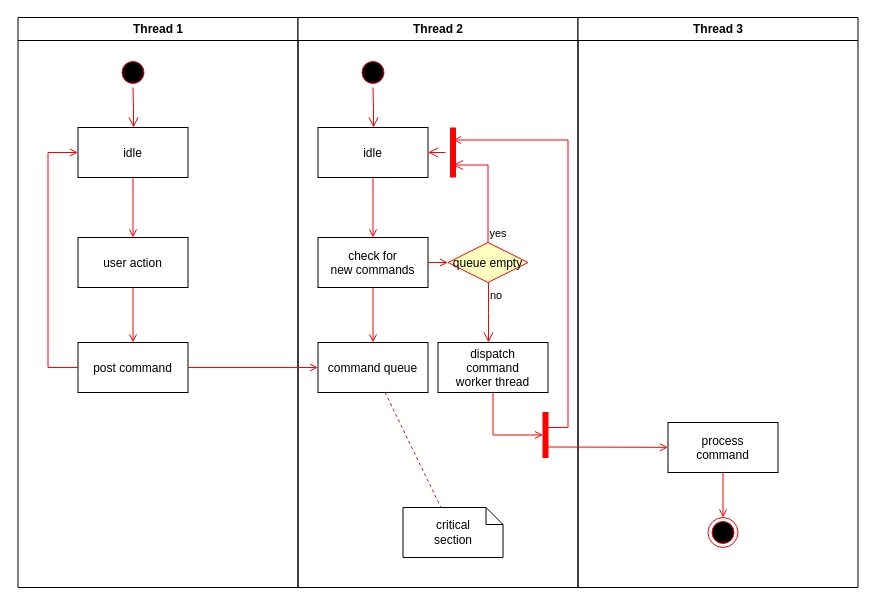
Above: Untitled Diagram.drawio in ShoMat9/DrawIO (draw.io), before the change. Source tidied: cells renumbered, new cells numbered last; positions are measured from the earlier drawing's top-left corner, leaving out a move shared by most shapes. Both pictures are drawn from the tidied source at 100%, with x=0, y=0 at pixel (17, 17).
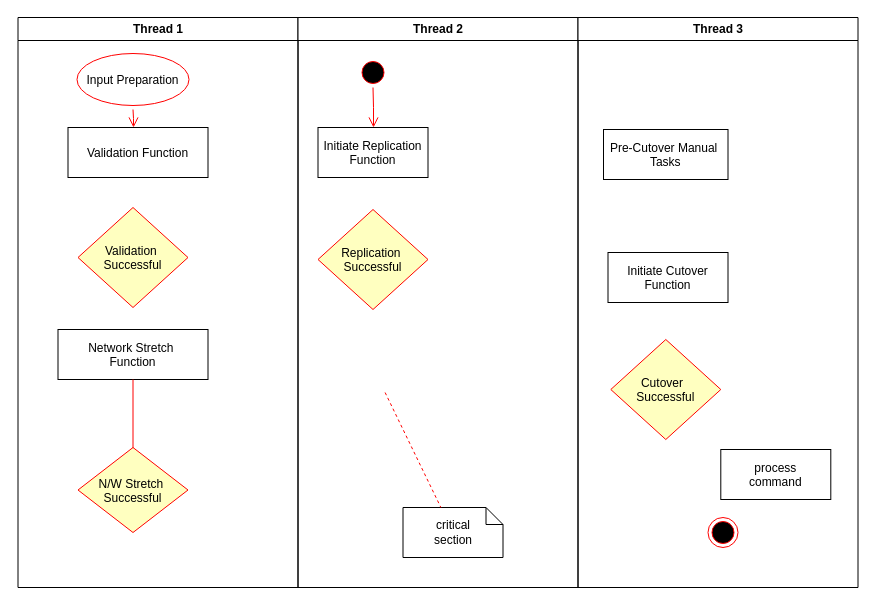
The same diagram, later.

The change refers to these unchanged cells:
```xml
<mxCell id="11" value="Thread 2" style="swimlane;whiteSpace=wrap;" parent="1" vertex="1">
  <mxGeometry x="280.5" width="280" height="570" as="geometry" />
</mxCell>
<mxCell id="26" value="critical&#10;section" style="shape=note;whiteSpace=wrap;size=17;" parent="11" vertex="1">
  <mxGeometry x="105" y="490" width="100" height="50" as="geometry" />
</mxCell>
<mxCell id="30" value="Thread 3" style="swimlane;whiteSpace=wrap;" parent="1" vertex="1">
  <mxGeometry x="560.5" width="280" height="570" as="geometry" />
</mxCell>
<mxCell id="34" style="ellipse;shape=endState;fillColor=#000000;strokeColor=#ff0000;" parent="30" vertex="1">
  <mxGeometry x="130" y="500" width="30" height="30" as="geometry" />
</mxCell>
```

The edit, as a diff of the source:
```diff
@@
-    <mxCell id="2" value="Thread 1" style="swimlane;whiteSpace=wrap;" parent="1" vertex="1">
+    <mxCell id="2" value="Thread 1" style="swimlane;whiteSpace=wrap;fillColor=#FFFFFF;" parent="1" vertex="1">
       <mxGeometry x="0.5" width="280" height="570" as="geometry" />
     </mxCell>
-    <mxCell id="3" style="ellipse;shape=startState;fillColor=#000000;strokeColor=#ff0000;" parent="2" vertex="1">
-      <mxGeometry x="100" y="40" width="30" height="30" as="geometry" />
+    <mxCell id="3" value="Input Preparation" style="ellipse;shape=startState;fillColor=#FFFFFF;strokeColor=#ff0000;" parent="2" vertex="1">
+      <mxGeometry x="55" y="32" width="120" height="60" as="geometry" />
     </mxCell>
@@
-    <mxCell id="5" value="idle" parent="2" vertex="1">
-      <mxGeometry x="60" y="110" width="110" height="50" as="geometry" />
+    <mxCell id="5" value="Validation Function" parent="2" vertex="1">
+      <mxGeometry x="50" y="110" width="140" height="50" as="geometry" />
     </mxCell>
-    <mxCell id="6" value="user action" parent="2" vertex="1">
-      <mxGeometry x="60" y="220" width="110" height="50" as="geometry" />
+    <mxCell id="6" value="Network Stretch &#10;Function" parent="2" vertex="1">
+      <mxGeometry x="40" y="312" width="150" height="50" as="geometry" />
     </mxCell>
-    <mxCell id="7" style="endArrow=open;strokeColor=#FF0000;endFill=1;rounded=0;" parent="2" edge="1" source="5" target="6">
-      <mxGeometry relative="1" as="geometry" />
-    </mxCell>
-    <mxCell id="8" value="post command" parent="2" vertex="1">
-      <mxGeometry x="60" y="325" width="110" height="50" as="geometry" />
-    </mxCell>
-    <mxCell id="9" style="endArrow=open;strokeColor=#FF0000;endFill=1;rounded=0;" parent="2" edge="1" source="6" target="8">
-      <mxGeometry relative="1" as="geometry" />
+    <mxCell id="9" style="endArrow=open;strokeColor=#FF0000;endFill=1;rounded=0;" parent="2" edge="1" source="6">
+      <mxGeometry relative="1" as="geometry">
+        <mxPoint x="115" y="492" as="targetPoint" />
+      </mxGeometry>
     </mxCell>
-    <mxCell id="10" style="edgeStyle=elbowEdgeStyle;elbow=horizontal;strokeColor=#FF0000;endArrow=open;endFill=1;rounded=0;" parent="2" edge="1" source="8" target="5">
-      <mxGeometry relative="1" as="geometry">
-        <Array as="points">
-          <mxPoint x="30" y="250" />
-        </Array>
-      </mxGeometry>
-    </mxCell>
+    <mxCell id="37" value="Validation &#10;Successful" style="rhombus;fillColor=#ffffc0;strokeColor=#ff0000;" parent="2" vertex="1">
+      <mxGeometry x="60" y="190" width="110" height="100" as="geometry" />
+    </mxCell>
+    <mxCell id="38" value="N/W Stretch &#10;Successful" style="rhombus;fillColor=#ffffc0;strokeColor=#ff0000;" parent="2" vertex="1">
+      <mxGeometry x="60" y="430" width="110" height="85" as="geometry" />
+    </mxCell>
@@
-    <mxCell id="14" value="idle" parent="11" vertex="1">
+    <mxCell id="14" value="Initiate Replication&#10;Function" parent="11" vertex="1">
       <mxGeometry x="20" y="110" width="110" height="50" as="geometry" />
     </mxCell>
-    <mxCell id="15" value="check for &#10;new commands" parent="11" vertex="1">
-      <mxGeometry x="20" y="220" width="110" height="50" as="geometry" />
-    </mxCell>
-    <mxCell id="16" style="endArrow=open;strokeColor=#FF0000;endFill=1;rounded=0;" parent="11" edge="1" source="14" target="15">
-      <mxGeometry relative="1" as="geometry" />
-    </mxCell>
-    <mxCell id="17" value="command queue" parent="11" vertex="1">
-      <mxGeometry x="20" y="325" width="110" height="50" as="geometry" />
-    </mxCell>
-    <mxCell id="18" style="endArrow=open;strokeColor=#FF0000;endFill=1;rounded=0;" parent="11" edge="1" source="15" target="17">
-      <mxGeometry relative="1" as="geometry" />
-    </mxCell>
-    <mxCell id="19" value="queue empty" style="rhombus;fillColor=#ffffc0;strokeColor=#ff0000;" parent="11" vertex="1">
-      <mxGeometry x="150" y="225" width="80" height="40" as="geometry" />
-    </mxCell>
-    <mxCell id="20" value="yes" style="edgeStyle=elbowEdgeStyle;elbow=horizontal;align=left;verticalAlign=bottom;endArrow=open;endSize=8;strokeColor=#FF0000;exitX=0.5;exitY=0;endFill=1;rounded=0;entryX=0.75;entryY=0.5;entryPerimeter=0;" parent="11" edge="1" source="19" target="23">
-      <mxGeometry x="-1" relative="1" as="geometry">
-        <Array as="points">
-          <mxPoint x="190" y="180" />
-        </Array>
-      </mxGeometry>
-    </mxCell>
-    <mxCell id="21" value="no" style="edgeStyle=elbowEdgeStyle;elbow=horizontal;align=left;verticalAlign=top;endArrow=open;endSize=8;strokeColor=#FF0000;endFill=1;rounded=0;" parent="11" edge="1" source="19" target="25">
-      <mxGeometry x="-1" relative="1" as="geometry" />
-    </mxCell>
-    <mxCell id="22" style="endArrow=open;strokeColor=#FF0000;endFill=1;rounded=0;" parent="11" edge="1" source="15" target="19">
-      <mxGeometry relative="1" as="geometry" />
-    </mxCell>
-    <mxCell id="23" style="shape=line;strokeWidth=6;strokeColor=#ff0000;rotation=90;" parent="11" vertex="1">
-      <mxGeometry x="130" y="127.5" width="50" height="15" as="geometry" />
-    </mxCell>
-    <mxCell id="24" style="edgeStyle=elbowEdgeStyle;elbow=horizontal;verticalAlign=bottom;endArrow=open;endSize=8;strokeColor=#FF0000;endFill=1;rounded=0;" parent="11" edge="1" source="23" target="14">
-      <mxGeometry x="130" y="90" as="geometry" />
-    </mxCell>
-    <mxCell id="25" value="dispatch&#10;command&#10;worker thread" parent="11" vertex="1">
-      <mxGeometry x="140" y="325" width="110" height="50" as="geometry" />
-    </mxCell>
@@
-    <mxCell id="27" style="endArrow=none;strokeColor=#FF0000;endFill=0;rounded=0;dashed=1;" parent="11" edge="1" source="17" target="26">
-      <mxGeometry relative="1" as="geometry" />
+    <mxCell id="27" style="endArrow=none;strokeColor=#FF0000;endFill=0;rounded=0;dashed=1;" parent="11" edge="1" target="26">
+      <mxGeometry relative="1" as="geometry">
+        <mxPoint x="87.1" y="375" as="sourcePoint" />
+      </mxGeometry>
     </mxCell>
-    <mxCell id="28" style="whiteSpace=wrap;strokeColor=#FF0000;fillColor=#FF0000;" parent="11" vertex="1">
-      <mxGeometry x="245" y="395" width="5" height="45" as="geometry" />
-    </mxCell>
-    <mxCell id="29" style="edgeStyle=elbowEdgeStyle;elbow=horizontal;entryX=0;entryY=0.5;strokeColor=#FF0000;endArrow=open;endFill=1;rounded=0;" parent="11" edge="1" source="25" target="28">
-      <mxGeometry relative="1" as="geometry">
-        <Array as="points">
-          <mxPoint x="195" y="400" />
-        </Array>
-      </mxGeometry>
-    </mxCell>
+    <mxCell id="39" value="Replication &#10;Successful" style="rhombus;fillColor=#ffffc0;strokeColor=#ff0000;" parent="11" vertex="1">
+      <mxGeometry x="20" y="192" width="110" height="100" as="geometry" />
+    </mxCell>
@@
     <mxCell id="31" value="process&#10;command" parent="30" vertex="1">
-      <mxGeometry x="90" y="405" width="110" height="50" as="geometry" />
+      <mxGeometry x="142.8" y="432" width="110" height="50" as="geometry" />
     </mxCell>
-    <mxCell id="32" style="edgeStyle=elbowEdgeStyle;elbow=horizontal;strokeColor=#FF0000;endArrow=open;endFill=1;rounded=0;entryX=0.25;entryY=0.5;entryPerimeter=0;" parent="30" edge="1" target="23">
-      <mxGeometry relative="1" as="geometry">
-        <mxPoint x="-30" y="410" as="sourcePoint" />
-        <Array as="points">
-          <mxPoint x="-10" y="135" />
-        </Array>
-      </mxGeometry>
-    </mxCell>
-    <mxCell id="33" style="edgeStyle=none;strokeColor=#FF0000;endArrow=open;endFill=1;rounded=0;" parent="30" edge="1" target="31">
-      <mxGeometry relative="1" as="geometry">
-        <mxPoint x="-30" y="429.5" as="sourcePoint" />
-      </mxGeometry>
-    </mxCell>
@@
-    <mxCell id="35" style="endArrow=open;strokeColor=#FF0000;endFill=1;rounded=0;" parent="30" edge="1" source="31" target="34">
-      <mxGeometry relative="1" as="geometry" />
-    </mxCell>
-    <mxCell id="36" style="endArrow=open;strokeColor=#FF0000;endFill=1;rounded=0;" parent="1" edge="1" source="8" target="17">
-      <mxGeometry relative="1" as="geometry" />
-    </mxCell>
+    <mxCell id="25" value="Pre-Cutover Manual &#10;Tasks" parent="30" vertex="1">
+      <mxGeometry x="25.5" y="112" width="124.5" height="50" as="geometry" />
+    </mxCell>
+    <mxCell id="40" value="Initiate Cutover&#10;Function" parent="30" vertex="1">
+      <mxGeometry x="30" y="235" width="120" height="50" as="geometry" />
+    </mxCell>
+    <mxCell id="41" value="Cutover  &#10;Successful" style="rhombus;fillColor=#ffffc0;strokeColor=#ff0000;" parent="30" vertex="1">
+      <mxGeometry x="32.8" y="322" width="110" height="100" as="geometry" />
+    </mxCell>
```
